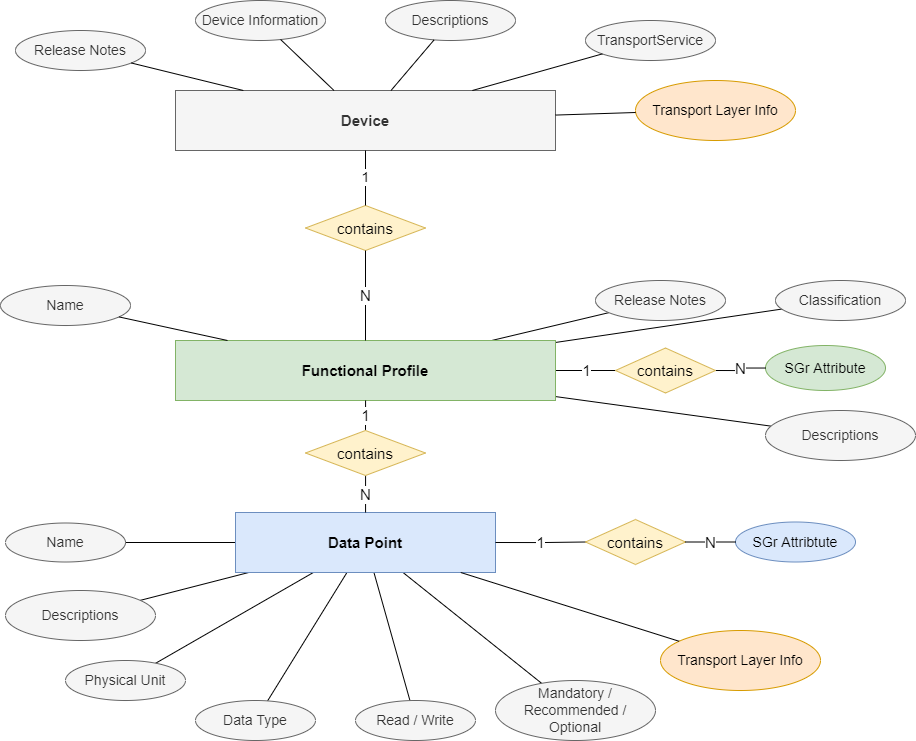
SmartgridReady/SGrSpecifications keeps this draw.io diagram as doc/product.drawio.png. Above is the earlier version. Source tidied: cells renumbered, new cells last; positions are measured from the earlier drawing's top-left corner, leaving out a move shared by most shapes. Its diagram source:
```xml
<mxGraphModel>
  <root>
    <mxCell id="0" />
    <mxCell id="1" parent="0" />
    <mxCell id="2" style="rounded=0;jettySize=auto;html=1;fontSize=12;endArrow=none;endFill=0;" parent="1" edge="1" source="6" target="7">
      <mxGeometry relative="1" as="geometry" />
    </mxCell>
    <mxCell id="3" style="rounded=0;jettySize=auto;html=1;fontSize=12;endArrow=none;endFill=0;" parent="1" edge="1" source="6" target="8">
      <mxGeometry relative="1" as="geometry" />
    </mxCell>
    <mxCell id="4" style="edgeStyle=none;rounded=0;jettySize=auto;html=1;strokeColor=default;fontSize=12;endArrow=none;endFill=0;" parent="1" edge="1" source="6" target="17">
      <mxGeometry relative="1" as="geometry" />
    </mxCell>
    <mxCell id="5" value="1" style="edgeStyle=orthogonalEdgeStyle;rounded=0;jettySize=auto;html=1;strokeColor=default;fontSize=15;endArrow=none;endFill=0;entryX=0;entryY=0.5;entryDx=0;entryDy=0;" parent="1" edge="1" source="6" target="27">
      <mxGeometry relative="1" as="geometry" />
    </mxCell>
    <mxCell id="6" value="Functional Profile" style="whiteSpace=wrap;html=1;align=center;fontSize=15;fillColor=#d5e8d4;strokeColor=#82b366;fontStyle=1;" parent="1" vertex="1">
      <mxGeometry x="175" y="340" width="380" height="60" as="geometry" />
    </mxCell>
    <mxCell id="7" value="Classification" style="ellipse;whiteSpace=wrap;html=1;fillColor=#f5f5f5;fontColor=#333333;strokeColor=#666666;fontSize=14;" parent="1" vertex="1">
      <mxGeometry x="775" y="280" width="130" height="40" as="geometry" />
    </mxCell>
    <mxCell id="8" value="Release Notes" style="ellipse;whiteSpace=wrap;html=1;fillColor=#f5f5f5;fontColor=#333333;strokeColor=#666666;fontSize=14;" parent="1" vertex="1">
      <mxGeometry x="595" y="280" width="130" height="40" as="geometry" />
    </mxCell>
    <mxCell id="9" value="SGr Attribute" style="ellipse;whiteSpace=wrap;html=1;fillColor=#d5e8d4;strokeColor=#82b366;fontSize=14;" parent="1" vertex="1">
      <mxGeometry x="765" y="345" width="120" height="45" as="geometry" />
    </mxCell>
    <mxCell id="10" style="edgeStyle=none;rounded=0;jettySize=auto;html=1;strokeColor=default;fontSize=12;endArrow=none;endFill=0;" parent="1" edge="1" source="16" target="18">
      <mxGeometry relative="1" as="geometry" />
    </mxCell>
    <mxCell id="11" style="edgeStyle=none;rounded=0;jettySize=auto;html=1;strokeColor=default;fontSize=12;endArrow=none;endFill=0;" parent="1" edge="1" source="16" target="20">
      <mxGeometry relative="1" as="geometry" />
    </mxCell>
    <mxCell id="12" style="edgeStyle=none;rounded=0;jettySize=auto;html=1;strokeColor=default;fontSize=12;endArrow=none;endFill=0;" parent="1" edge="1" source="16" target="21">
      <mxGeometry relative="1" as="geometry" />
    </mxCell>
    <mxCell id="13" style="edgeStyle=none;rounded=0;jettySize=auto;html=1;strokeColor=default;fontSize=12;endArrow=none;endFill=0;" parent="1" edge="1" source="16" target="22">
      <mxGeometry relative="1" as="geometry" />
    </mxCell>
    <mxCell id="14" style="edgeStyle=none;rounded=0;jettySize=auto;html=1;strokeColor=default;fontSize=12;endArrow=none;endFill=0;" parent="1" edge="1" source="16" target="23">
      <mxGeometry relative="1" as="geometry" />
    </mxCell>
    <mxCell id="15" style="edgeStyle=none;rounded=0;jettySize=auto;html=1;strokeColor=default;fontSize=12;endArrow=none;endFill=0;" parent="1" edge="1" source="16" target="24">
      <mxGeometry relative="1" as="geometry" />
    </mxCell>
    <mxCell id="16" value="Data Point" style="whiteSpace=wrap;html=1;align=center;fontSize=15;fillColor=#dae8fc;strokeColor=#6c8ebf;fontStyle=1;" parent="1" vertex="1">
      <mxGeometry x="235" y="512" width="260" height="60" as="geometry" />
    </mxCell>
    <mxCell id="17" value="Descriptions" style="ellipse;whiteSpace=wrap;html=1;fillColor=#f5f5f5;fontColor=#333333;strokeColor=#666666;fontSize=14;" parent="1" vertex="1">
      <mxGeometry x="765" y="410" width="150" height="50" as="geometry" />
    </mxCell>
    <mxCell id="18" value="Name" style="ellipse;whiteSpace=wrap;html=1;fillColor=#f5f5f5;fontColor=#333333;strokeColor=#666666;fontSize=14;" parent="1" vertex="1">
      <mxGeometry x="5" y="522.5" width="120" height="39" as="geometry" />
    </mxCell>
    <mxCell id="19" style="edgeStyle=none;rounded=0;orthogonalLoop=1;jettySize=auto;html=1;exitX=0.5;exitY=1;exitDx=0;exitDy=0;strokeColor=default;fontSize=12;" parent="1" edge="1" source="16" target="16">
      <mxGeometry relative="1" as="geometry" />
    </mxCell>
    <mxCell id="20" value="Physical Unit" style="ellipse;whiteSpace=wrap;html=1;fillColor=#f5f5f5;fontColor=#333333;strokeColor=#666666;fontSize=14;" parent="1" vertex="1">
      <mxGeometry x="65" y="660" width="120" height="40" as="geometry" />
    </mxCell>
    <mxCell id="21" value="Data Type" style="ellipse;whiteSpace=wrap;html=1;fillColor=#f5f5f5;fontColor=#333333;strokeColor=#666666;fontSize=14;" parent="1" vertex="1">
      <mxGeometry x="195" y="700" width="120" height="40" as="geometry" />
    </mxCell>
    <mxCell id="22" value="Read / Write" style="ellipse;whiteSpace=wrap;html=1;fillColor=#f5f5f5;fontColor=#333333;strokeColor=#666666;fontSize=14;" parent="1" vertex="1">
      <mxGeometry x="355" y="700" width="120" height="40" as="geometry" />
    </mxCell>
    <mxCell id="23" value="Mandatory / Recommended / Optional" style="ellipse;whiteSpace=wrap;html=1;fillColor=#f5f5f5;fontColor=#333333;strokeColor=#666666;fontSize=14;" parent="1" vertex="1">
      <mxGeometry x="495" y="680" width="160" height="60" as="geometry" />
    </mxCell>
    <mxCell id="24" value="Descriptions" style="ellipse;whiteSpace=wrap;html=1;fillColor=#f5f5f5;fontColor=#333333;strokeColor=#666666;fontSize=14;" parent="1" vertex="1">
      <mxGeometry x="5" y="590" width="150" height="50" as="geometry" />
    </mxCell>
    <mxCell id="25" value="SGr Attribtute" style="ellipse;whiteSpace=wrap;html=1;fillColor=#dae8fc;strokeColor=#6c8ebf;fontSize=14;" parent="1" vertex="1">
      <mxGeometry x="735" y="521.5" width="120" height="40" as="geometry" />
    </mxCell>
    <mxCell id="26" value="N" style="edgeStyle=orthogonalEdgeStyle;rounded=0;jettySize=auto;html=1;strokeColor=default;fontSize=15;endArrow=none;endFill=0;exitX=1;exitY=0.5;exitDx=0;exitDy=0;" parent="1" edge="1" source="27" target="9">
      <mxGeometry relative="1" as="geometry" />
    </mxCell>
    <mxCell id="27" value="contains" style="shape=rhombus;perimeter=rhombusPerimeter;whiteSpace=wrap;html=1;align=center;fontSize=15;fillColor=#fff2cc;strokeColor=#d6b656;" parent="1" vertex="1">
      <mxGeometry x="615" y="347.5" width="100" height="45" as="geometry" />
    </mxCell>
    <mxCell id="28" value="1" style="edgeStyle=orthogonalEdgeStyle;rounded=0;jettySize=auto;html=1;strokeColor=default;fontSize=15;endArrow=none;endFill=0;exitX=0.5;exitY=0;exitDx=0;exitDy=0;" parent="1" edge="1" source="30" target="6">
      <mxGeometry relative="1" as="geometry" />
    </mxCell>
    <mxCell id="29" value="N" style="edgeStyle=orthogonalEdgeStyle;rounded=0;jettySize=auto;html=1;strokeColor=default;fontSize=15;endArrow=none;endFill=0;" parent="1" edge="1" source="30" target="16">
      <mxGeometry relative="1" as="geometry" />
    </mxCell>
    <mxCell id="30" value="contains" style="shape=rhombus;perimeter=rhombusPerimeter;whiteSpace=wrap;html=1;align=center;fontSize=15;fillColor=#fff2cc;strokeColor=#d6b656;" parent="1" vertex="1">
      <mxGeometry x="305" y="430" width="120" height="45" as="geometry" />
    </mxCell>
    <mxCell id="31" value="1" style="edgeStyle=orthogonalEdgeStyle;rounded=0;jettySize=auto;html=1;strokeColor=default;fontSize=15;endArrow=none;endFill=0;entryX=0;entryY=0.5;entryDx=0;entryDy=0;exitX=1;exitY=0.5;exitDx=0;exitDy=0;" parent="1" edge="1" source="16" target="32">
      <mxGeometry relative="1" as="geometry" />
    </mxCell>
    <mxCell id="32" value="contains" style="shape=rhombus;perimeter=rhombusPerimeter;whiteSpace=wrap;html=1;align=center;fontSize=15;fillColor=#fff2cc;strokeColor=#d6b656;" parent="1" vertex="1">
      <mxGeometry x="585" y="519" width="100" height="45" as="geometry" />
    </mxCell>
    <mxCell id="33" value="N" style="edgeStyle=orthogonalEdgeStyle;rounded=0;jettySize=auto;html=1;strokeColor=default;fontSize=15;endArrow=none;endFill=0;exitX=1;exitY=0.5;exitDx=0;exitDy=0;entryX=0;entryY=0.5;entryDx=0;entryDy=0;" parent="1" edge="1" source="32" target="25">
      <mxGeometry relative="1" as="geometry" />
    </mxCell>
    <mxCell id="34" value="Name" style="ellipse;whiteSpace=wrap;html=1;fillColor=#f5f5f5;fontColor=#333333;strokeColor=#666666;fontSize=14;" parent="1" vertex="1">
      <mxGeometry y="285" width="130" height="40" as="geometry" />
    </mxCell>
    <mxCell id="35" style="endArrow=none;html=1;rounded=0;fontSize=14;" parent="1" edge="1" source="6" target="34">
      <mxGeometry relative="1" as="geometry" />
    </mxCell>
    <mxCell id="36" value="Device" style="whiteSpace=wrap;html=1;align=center;fontSize=15;fillColor=#f5f5f5;strokeColor=#666666;fontStyle=1;fontColor=#333333;" parent="1" vertex="1">
      <mxGeometry x="175" y="90" width="380" height="60" as="geometry" />
    </mxCell>
    <mxCell id="37" value="Device Information" style="ellipse;whiteSpace=wrap;html=1;fillColor=#f5f5f5;fontColor=#333333;strokeColor=#666666;fontSize=14;" parent="1" vertex="1">
      <mxGeometry x="195" width="130" height="40" as="geometry" />
    </mxCell>
    <mxCell id="38" value="TransportService" style="ellipse;whiteSpace=wrap;html=1;fillColor=#f5f5f5;fontColor=#333333;strokeColor=#666666;fontSize=14;" parent="1" vertex="1">
      <mxGeometry x="585" y="20" width="130" height="40" as="geometry" />
    </mxCell>
    <mxCell id="39" value="Descriptions" style="ellipse;whiteSpace=wrap;html=1;fillColor=#f5f5f5;fontColor=#333333;strokeColor=#666666;fontSize=14;" parent="1" vertex="1">
      <mxGeometry x="385" width="130" height="40" as="geometry" />
    </mxCell>
    <mxCell id="40" style="endArrow=none;html=1;rounded=0;fontSize=14;" parent="1" edge="1" source="37" target="36">
      <mxGeometry relative="1" as="geometry" />
    </mxCell>
    <mxCell id="41" style="endArrow=none;html=1;rounded=0;fontSize=14;" parent="1" edge="1" source="38" target="36">
      <mxGeometry relative="1" as="geometry" />
    </mxCell>
    <mxCell id="42" style="endArrow=none;html=1;rounded=0;fontSize=14;" parent="1" edge="1" source="39" target="36">
      <mxGeometry relative="1" as="geometry" />
    </mxCell>
    <mxCell id="43" value="Transport Layer Info" style="ellipse;whiteSpace=wrap;html=1;fillColor=#ffe6cc;strokeColor=#d79b00;fontSize=14;" parent="1" vertex="1">
      <mxGeometry x="660" y="630" width="160" height="60" as="geometry" />
    </mxCell>
    <mxCell id="44" style="endArrow=none;html=1;rounded=0;fontSize=14;" parent="1" edge="1" source="16" target="43">
      <mxGeometry relative="1" as="geometry" />
    </mxCell>
    <mxCell id="45" value="Transport Layer Info" style="ellipse;whiteSpace=wrap;html=1;fillColor=#ffe6cc;strokeColor=#d79b00;fontSize=14;" parent="1" vertex="1">
      <mxGeometry x="635" y="80" width="160" height="60" as="geometry" />
    </mxCell>
    <mxCell id="46" style="endArrow=none;html=1;rounded=0;fontSize=14;" parent="1" edge="1" source="45" target="36">
      <mxGeometry relative="1" as="geometry" />
    </mxCell>
    <mxCell id="47" value="contains" style="shape=rhombus;perimeter=rhombusPerimeter;whiteSpace=wrap;html=1;align=center;fontSize=15;fillColor=#fff2cc;strokeColor=#d6b656;" parent="1" vertex="1">
      <mxGeometry x="305" y="205" width="120" height="45" as="geometry" />
    </mxCell>
    <mxCell id="48" value="1" style="endArrow=none;html=1;rounded=0;fontSize=14;" parent="1" edge="1" source="47" target="36">
      <mxGeometry relative="1" as="geometry" />
    </mxCell>
    <mxCell id="49" value="N" style="edgeStyle=orthogonalEdgeStyle;rounded=0;jettySize=auto;html=1;strokeColor=default;fontSize=15;endArrow=none;endFill=0;" parent="1" edge="1" source="47" target="6">
      <mxGeometry relative="1" as="geometry" />
    </mxCell>
    <mxCell id="50" value="Release Notes" style="ellipse;whiteSpace=wrap;html=1;fillColor=#f5f5f5;fontColor=#333333;strokeColor=#666666;fontSize=14;" parent="1" vertex="1">
      <mxGeometry x="15" y="30" width="130" height="40" as="geometry" />
    </mxCell>
    <mxCell id="51" style="endArrow=none;html=1;rounded=0;fontSize=14;" parent="1" edge="1" source="50" target="36">
      <mxGeometry relative="1" as="geometry" />
    </mxCell>
  </root>
</mxGraphModel>
```
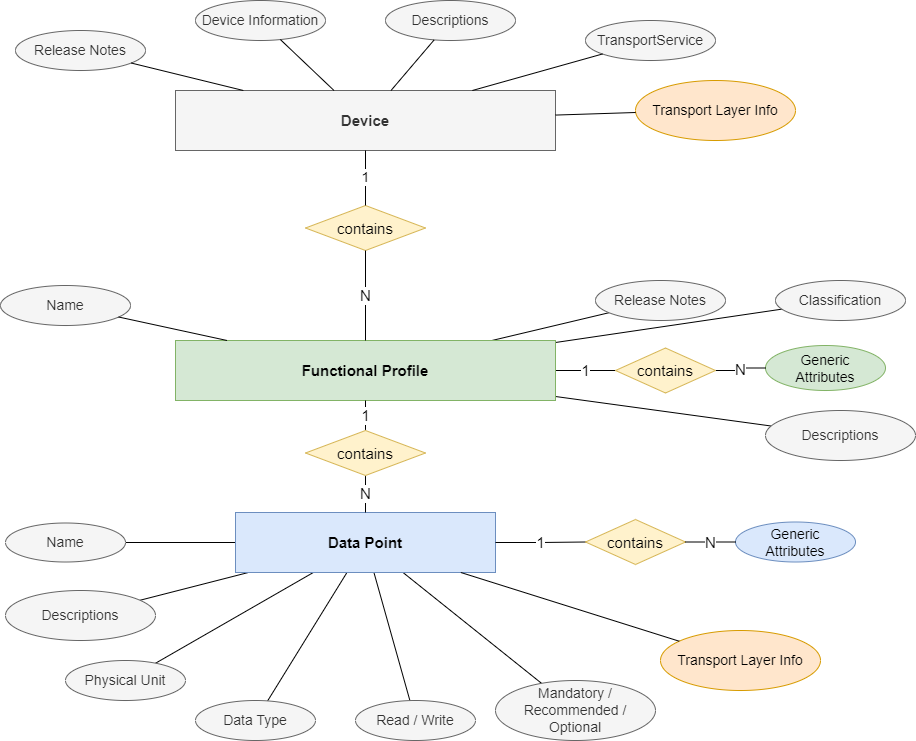
Above is the later version.

Commit message:
#198 Harmonize Generic Attributes

Change to the diagram source:
```diff
@@ -23,7 +23,7 @@
     <mxCell id="8" value="Release Notes" style="ellipse;whiteSpace=wrap;html=1;fillColor=#f5f5f5;fontColor=#333333;strokeColor=#666666;fontSize=14;" parent="1" vertex="1">
       <mxGeometry x="595" y="280" width="130" height="40" as="geometry" />
     </mxCell>
-    <mxCell id="9" value="SGr Attribute" style="ellipse;whiteSpace=wrap;html=1;fillColor=#d5e8d4;strokeColor=#82b366;fontSize=14;" parent="1" vertex="1">
+    <mxCell id="9" value="Generic&lt;br&gt;Attributes" style="ellipse;whiteSpace=wrap;html=1;fillColor=#d5e8d4;strokeColor=#82b366;fontSize=14;" parent="1" vertex="1">
       <mxGeometry x="765" y="345" width="120" height="45" as="geometry" />
     </mxCell>
     <mxCell id="10" style="edgeStyle=none;rounded=0;jettySize=auto;html=1;strokeColor=default;fontSize=12;endArrow=none;endFill=0;" parent="1" edge="1" source="16" target="18">
@@ -71,7 +71,7 @@
     <mxCell id="24" value="Descriptions" style="ellipse;whiteSpace=wrap;html=1;fillColor=#f5f5f5;fontColor=#333333;strokeColor=#666666;fontSize=14;" parent="1" vertex="1">
       <mxGeometry x="5" y="590" width="150" height="50" as="geometry" />
     </mxCell>
-    <mxCell id="25" value="SGr Attribtute" style="ellipse;whiteSpace=wrap;html=1;fillColor=#dae8fc;strokeColor=#6c8ebf;fontSize=14;" parent="1" vertex="1">
+    <mxCell id="25" value="Generic&lt;br&gt;Attributes" style="ellipse;whiteSpace=wrap;html=1;fillColor=#dae8fc;strokeColor=#6c8ebf;fontSize=14;" parent="1" vertex="1">
       <mxGeometry x="735" y="521.5" width="120" height="40" as="geometry" />
     </mxCell>
     <mxCell id="26" value="N" style="edgeStyle=orthogonalEdgeStyle;rounded=0;jettySize=auto;html=1;strokeColor=default;fontSize=15;endArrow=none;endFill=0;exitX=1;exitY=0.5;exitDx=0;exitDy=0;" parent="1" edge="1" source="27" target="9">
```
